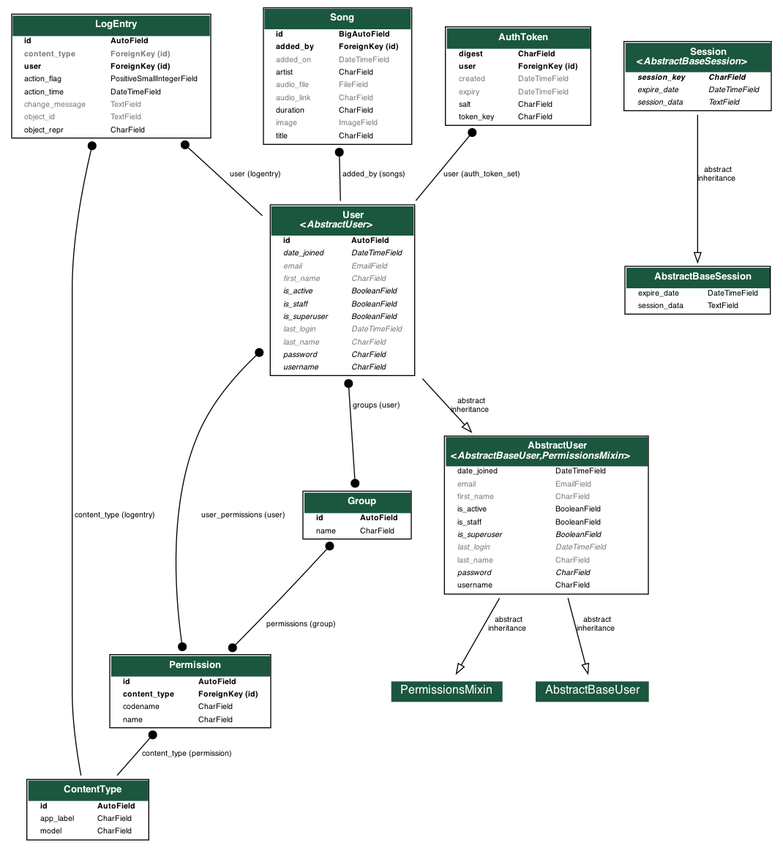
The Graphviz diagram mulgomanager/assets/output.png in Orbital-Mulgo/Project, before a commit. Its source is kept beside it as mulgomanager/assets/output.dot.
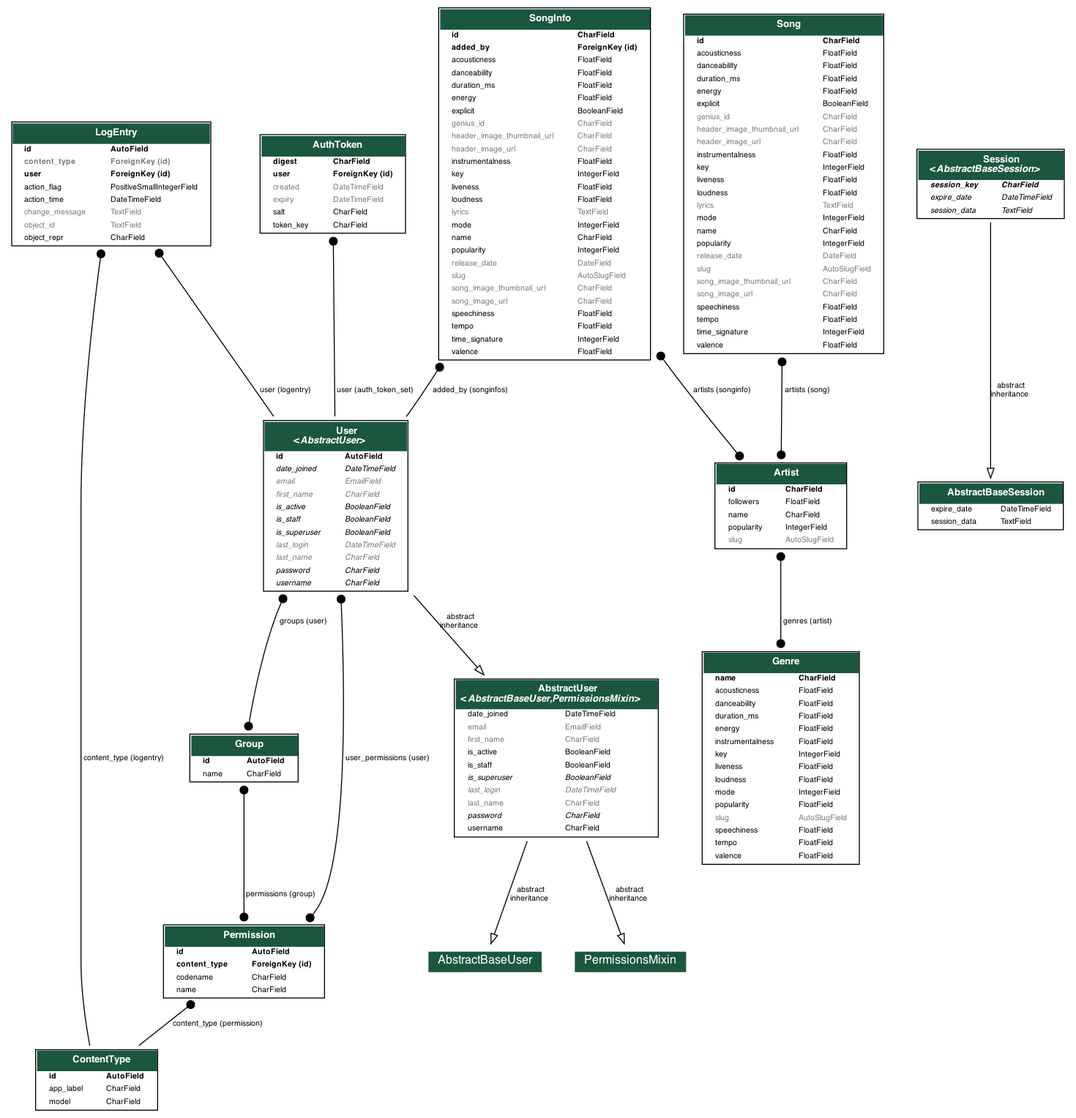
After the change.

The edit, as a diff of the source:
```diff
@@ -453,6 +453,404 @@
 
 
 
+  songs_models_Genre [label=<
+    <TABLE BGCOLOR="white" BORDER="1" CELLBORDER="0" CELLSPACING="0">
+    <TR><TD COLSPAN="2" CELLPADDING="5" ALIGN="CENTER" BGCOLOR="#1b563f">
+    <FONT FACE="Roboto" COLOR="white" POINT-SIZE="10"><B>
+    Genre
+    </B></FONT></TD></TR>
+
+
+    <TR><TD ALIGN="LEFT" BORDER="0">
+    <FONT FACE="Roboto"><B>name</B></FONT>
+    </TD><TD ALIGN="LEFT">
+    <FONT FACE="Roboto"><B>CharField</B></FONT>
+    </TD></TR>
+
+
+
+    <TR><TD ALIGN="LEFT" BORDER="0">
+    <FONT FACE="Roboto">acousticness</FONT>
+    </TD><TD ALIGN="LEFT">
+    <FONT FACE="Roboto">FloatField</FONT>
+    </TD></TR>
+
+
+
+    <TR><TD ALIGN="LEFT" BORDER="0">
+    <FONT FACE="Roboto">danceability</FONT>
+    </TD><TD ALIGN="LEFT">
+    <FONT FACE="Roboto">FloatField</FONT>
+    </TD></TR>
+
+
+
+    <TR><TD ALIGN="LEFT" BORDER="0">
+    <FONT FACE="Roboto">duration_ms</FONT>
+    </TD><TD ALIGN="LEFT">
+    <FONT FACE="Roboto">FloatField</FONT>
+    </TD></TR>
+
+
+
+    <TR><TD ALIGN="LEFT" BORDER="0">
+    <FONT FACE="Roboto">energy</FONT>
+    </TD><TD ALIGN="LEFT">
+    <FONT FACE="Roboto">FloatField</FONT>
+    </TD></TR>
+
+
+
+    <TR><TD ALIGN="LEFT" BORDER="0">
+    <FONT FACE="Roboto">instrumentalness</FONT>
+    </TD><TD ALIGN="LEFT">
+    <FONT FACE="Roboto">FloatField</FONT>
+    </TD></TR>
+
+
+
+    <TR><TD ALIGN="LEFT" BORDER="0">
+    <FONT FACE="Roboto">key</FONT>
+    </TD><TD ALIGN="LEFT">
+    <FONT FACE="Roboto">IntegerField</FONT>
+    </TD></TR>
+
+
+
+    <TR><TD ALIGN="LEFT" BORDER="0">
+    <FONT FACE="Roboto">liveness</FONT>
+    </TD><TD ALIGN="LEFT">
+    <FONT FACE="Roboto">FloatField</FONT>
+    </TD></TR>
+
+
+
+    <TR><TD ALIGN="LEFT" BORDER="0">
+    <FONT FACE="Roboto">loudness</FONT>
+    </TD><TD ALIGN="LEFT">
+    <FONT FACE="Roboto">FloatField</FONT>
+    </TD></TR>
+
+
+
+    <TR><TD ALIGN="LEFT" BORDER="0">
+    <FONT FACE="Roboto">mode</FONT>
+    </TD><TD ALIGN="LEFT">
+    <FONT FACE="Roboto">IntegerField</FONT>
+    </TD></TR>
+
+
+
+    <TR><TD ALIGN="LEFT" BORDER="0">
+    <FONT FACE="Roboto">popularity</FONT>
+    </TD><TD ALIGN="LEFT">
+    <FONT FACE="Roboto">FloatField</FONT>
+    </TD></TR>
+
+
+
+    <TR><TD ALIGN="LEFT" BORDER="0">
+    <FONT COLOR="#7B7B7B" FACE="Roboto">slug</FONT>
+    </TD><TD ALIGN="LEFT">
+    <FONT COLOR="#7B7B7B" FACE="Roboto">AutoSlugField</FONT>
+    </TD></TR>
+
+
+
+    <TR><TD ALIGN="LEFT" BORDER="0">
+    <FONT FACE="Roboto">speechiness</FONT>
+    </TD><TD ALIGN="LEFT">
+    <FONT FACE="Roboto">FloatField</FONT>
+    </TD></TR>
+
+
+
+    <TR><TD ALIGN="LEFT" BORDER="0">
+    <FONT FACE="Roboto">tempo</FONT>
+    </TD><TD ALIGN="LEFT">
+    <FONT FACE="Roboto">FloatField</FONT>
+    </TD></TR>
+
+
+
+    <TR><TD ALIGN="LEFT" BORDER="0">
+    <FONT FACE="Roboto">valence</FONT>
+    </TD><TD ALIGN="LEFT">
+    <FONT FACE="Roboto">FloatField</FONT>
+    </TD></TR>
+
+
+    </TABLE>
+    >]
+
+  songs_models_Artist [label=<
+    <TABLE BGCOLOR="white" BORDER="1" CELLBORDER="0" CELLSPACING="0">
+    <TR><TD COLSPAN="2" CELLPADDING="5" ALIGN="CENTER" BGCOLOR="#1b563f">
+    <FONT FACE="Roboto" COLOR="white" POINT-SIZE="10"><B>
+    Artist
+    </B></FONT></TD></TR>
+
+
+    <TR><TD ALIGN="LEFT" BORDER="0">
+    <FONT FACE="Roboto"><B>id</B></FONT>
+    </TD><TD ALIGN="LEFT">
+    <FONT FACE="Roboto"><B>CharField</B></FONT>
+    </TD></TR>
+
+
+
+    <TR><TD ALIGN="LEFT" BORDER="0">
+    <FONT FACE="Roboto">followers</FONT>
+    </TD><TD ALIGN="LEFT">
+    <FONT FACE="Roboto">FloatField</FONT>
+    </TD></TR>
+
+
+
+    <TR><TD ALIGN="LEFT" BORDER="0">
+    <FONT FACE="Roboto">name</FONT>
+    </TD><TD ALIGN="LEFT">
+    <FONT FACE="Roboto">CharField</FONT>
+    </TD></TR>
+
+
+
+    <TR><TD ALIGN="LEFT" BORDER="0">
+    <FONT FACE="Roboto">popularity</FONT>
+    </TD><TD ALIGN="LEFT">
+    <FONT FACE="Roboto">IntegerField</FONT>
+    </TD></TR>
+
+
+
+    <TR><TD ALIGN="LEFT" BORDER="0">
+    <FONT COLOR="#7B7B7B" FACE="Roboto">slug</FONT>
+    </TD><TD ALIGN="LEFT">
+    <FONT COLOR="#7B7B7B" FACE="Roboto">AutoSlugField</FONT>
+    </TD></TR>
+
+
+    </TABLE>
+    >]
+
+  songs_models_SongInfo [label=<
+    <TABLE BGCOLOR="white" BORDER="1" CELLBORDER="0" CELLSPACING="0">
+    <TR><TD COLSPAN="2" CELLPADDING="5" ALIGN="CENTER" BGCOLOR="#1b563f">
+    <FONT FACE="Roboto" COLOR="white" POINT-SIZE="10"><B>
+    SongInfo
+    </B></FONT></TD></TR>
+
+
+    <TR><TD ALIGN="LEFT" BORDER="0">
+    <FONT FACE="Roboto"><B>id</B></FONT>
+    </TD><TD ALIGN="LEFT">
+    <FONT FACE="Roboto"><B>CharField</B></FONT>
+    </TD></TR>
+
+
+
+    <TR><TD ALIGN="LEFT" BORDER="0">
+    <FONT FACE="Roboto"><B>added_by</B></FONT>
+    </TD><TD ALIGN="LEFT">
+    <FONT FACE="Roboto"><B>ForeignKey (id)</B></FONT>
+    </TD></TR>
+
+
+
+    <TR><TD ALIGN="LEFT" BORDER="0">
+    <FONT FACE="Roboto">acousticness</FONT>
+    </TD><TD ALIGN="LEFT">
+    <FONT FACE="Roboto">FloatField</FONT>
+    </TD></TR>
+
+
+
+    <TR><TD ALIGN="LEFT" BORDER="0">
+    <FONT FACE="Roboto">danceability</FONT>
+    </TD><TD ALIGN="LEFT">
+    <FONT FACE="Roboto">FloatField</FONT>
+    </TD></TR>
+
+
+
+    <TR><TD ALIGN="LEFT" BORDER="0">
+    <FONT FACE="Roboto">duration_ms</FONT>
+    </TD><TD ALIGN="LEFT">
+    <FONT FACE="Roboto">FloatField</FONT>
+    </TD></TR>
+
+
+
+    <TR><TD ALIGN="LEFT" BORDER="0">
+    <FONT FACE="Roboto">energy</FONT>
+    </TD><TD ALIGN="LEFT">
+    <FONT FACE="Roboto">FloatField</FONT>
+    </TD></TR>
+
+
+
+    <TR><TD ALIGN="LEFT" BORDER="0">
+    <FONT FACE="Roboto">explicit</FONT>
+    </TD><TD ALIGN="LEFT">
+    <FONT FACE="Roboto">BooleanField</FONT>
+    </TD></TR>
+
+
+
+    <TR><TD ALIGN="LEFT" BORDER="0">
+    <FONT COLOR="#7B7B7B" FACE="Roboto">genius_id</FONT>
+    </TD><TD ALIGN="LEFT">
+    <FONT COLOR="#7B7B7B" FACE="Roboto">CharField</FONT>
+    </TD></TR>
+
+
+
+    <TR><TD ALIGN="LEFT" BORDER="0">
+    <FONT COLOR="#7B7B7B" FACE="Roboto">header_image_thumbnail_url</FONT>
+    </TD><TD ALIGN="LEFT">
+    <FONT COLOR="#7B7B7B" FACE="Roboto">CharField</FONT>
+    </TD></TR>
+
+
+
+    <TR><TD ALIGN="LEFT" BORDER="0">
+    <FONT COLOR="#7B7B7B" FACE="Roboto">header_image_url</FONT>
+    </TD><TD ALIGN="LEFT">
+    <FONT COLOR="#7B7B7B" FACE="Roboto">CharField</FONT>
+    </TD></TR>
+
+
+
+    <TR><TD ALIGN="LEFT" BORDER="0">
+    <FONT FACE="Roboto">instrumentalness</FONT>
+    </TD><TD ALIGN="LEFT">
+    <FONT FACE="Roboto">FloatField</FONT>
+    </TD></TR>
+
+
+
+    <TR><TD ALIGN="LEFT" BORDER="0">
+    <FONT FACE="Roboto">key</FONT>
+    </TD><TD ALIGN="LEFT">
+    <FONT FACE="Roboto">IntegerField</FONT>
+    </TD></TR>
+
+
+
+    <TR><TD ALIGN="LEFT" BORDER="0">
+    <FONT FACE="Roboto">liveness</FONT>
+    </TD><TD ALIGN="LEFT">
+    <FONT FACE="Roboto">FloatField</FONT>
+    </TD></TR>
+
+
+
+    <TR><TD ALIGN="LEFT" BORDER="0">
+    <FONT FACE="Roboto">loudness</FONT>
+    </TD><TD ALIGN="LEFT">
+    <FONT FACE="Roboto">FloatField</FONT>
+    </TD></TR>
+
+
+
+    <TR><TD ALIGN="LEFT" BORDER="0">
+    <FONT COLOR="#7B7B7B" FACE="Roboto">lyrics</FONT>
+    </TD><TD ALIGN="LEFT">
+    <FONT COLOR="#7B7B7B" FACE="Roboto">TextField</FONT>
+    </TD></TR>
+
+
+
+    <TR><TD ALIGN="LEFT" BORDER="0">
+    <FONT FACE="Roboto">mode</FONT>
+    </TD><TD ALIGN="LEFT">
+    <FONT FACE="Roboto">IntegerField</FONT>
+    </TD></TR>
+
+
+
+    <TR><TD ALIGN="LEFT" BORDER="0">
+    <FONT FACE="Roboto">name</FONT>
+    </TD><TD ALIGN="LEFT">
+    <FONT FACE="Roboto">CharField</FONT>
+    </TD></TR>
+
+
+
+    <TR><TD ALIGN="LEFT" BORDER="0">
+    <FONT FACE="Roboto">popularity</FONT>
+    </TD><TD ALIGN="LEFT">
+    <FONT FACE="Roboto">IntegerField</FONT>
+    </TD></TR>
+
+
+
+    <TR><TD ALIGN="LEFT" BORDER="0">
+    <FONT COLOR="#7B7B7B" FACE="Roboto">release_date</FONT>
+    </TD><TD ALIGN="LEFT">
+    <FONT COLOR="#7B7B7B" FACE="Roboto">DateField</FONT>
+    </TD></TR>
+
+
+
+    <TR><TD ALIGN="LEFT" BORDER="0">
+    <FONT COLOR="#7B7B7B" FACE="Roboto">slug</FONT>
+    </TD><TD ALIGN="LEFT">
+    <FONT COLOR="#7B7B7B" FACE="Roboto">AutoSlugField</FONT>
+    </TD></TR>
+
+
+
+    <TR><TD ALIGN="LEFT" BORDER="0">
+    <FONT COLOR="#7B7B7B" FACE="Roboto">song_image_thumbnail_url</FONT>
+    </TD><TD ALIGN="LEFT">
+    <FONT COLOR="#7B7B7B" FACE="Roboto">CharField</FONT>
+    </TD></TR>
+
+
+
+    <TR><TD ALIGN="LEFT" BORDER="0">
+    <FONT COLOR="#7B7B7B" FACE="Roboto">song_image_url</FONT>
+    </TD><TD ALIGN="LEFT">
+    <FONT COLOR="#7B7B7B" FACE="Roboto">CharField</FONT>
+    </TD></TR>
+
+
+
+    <TR><TD ALIGN="LEFT" BORDER="0">
+    <FONT FACE="Roboto">speechiness</FONT>
+    </TD><TD ALIGN="LEFT">
+    <FONT FACE="Roboto">FloatField</FONT>
+    </TD></TR>
+
+
+
+    <TR><TD ALIGN="LEFT" BORDER="0">
+    <FONT FACE="Roboto">tempo</FONT>
+    </TD><TD ALIGN="LEFT">
+    <FONT FACE="Roboto">FloatField</FONT>
+    </TD></TR>
+
+
+
+    <TR><TD ALIGN="LEFT" BORDER="0">
+    <FONT FACE="Roboto">time_signature</FONT>
+    </TD><TD ALIGN="LEFT">
+    <FONT FACE="Roboto">IntegerField</FONT>
+    </TD></TR>
+
+
+
+    <TR><TD ALIGN="LEFT" BORDER="0">
+    <FONT FACE="Roboto">valence</FONT>
+    </TD><TD ALIGN="LEFT">
+    <FONT FACE="Roboto">FloatField</FONT>
+    </TD></TR>
+
+
+    </TABLE>
+    >]
+
   songs_models_Song [label=<
     <TABLE BGCOLOR="white" BORDER="1" CELLBORDER="0" CELLSPACING="0">
     <TR><TD COLSPAN="2" CELLPADDING="5" ALIGN="CENTER" BGCOLOR="#1b563f">
@@ -464,29 +862,125 @@
     <TR><TD ALIGN="LEFT" BORDER="0">
     <FONT FACE="Roboto"><B>id</B></FONT>
     </TD><TD ALIGN="LEFT">
-    <FONT FACE="Roboto"><B>BigAutoField</B></FONT>
-    </TD></TR>
-
-
-
-    <TR><TD ALIGN="LEFT" BORDER="0">
-    <FONT FACE="Roboto"><B>added_by</B></FONT>
-    </TD><TD ALIGN="LEFT">
-    <FONT FACE="Roboto"><B>ForeignKey (id)</B></FONT>
-    </TD></TR>
-
-
-
-    <TR><TD ALIGN="LEFT" BORDER="0">
-    <FONT COLOR="#7B7B7B" FACE="Roboto">added_on</FONT>
-    </TD><TD ALIGN="LEFT">
-    <FONT COLOR="#7B7B7B" FACE="Roboto">DateTimeField</FONT>
-    </TD></TR>
-
-
-
-    <TR><TD ALIGN="LEFT" BORDER="0">
-    <FONT FACE="Roboto">artist</FONT>
+    <FONT FACE="Roboto"><B>CharField</B></FONT>
+    </TD></TR>
+
+
+
+    <TR><TD ALIGN="LEFT" BORDER="0">
+    <FONT FACE="Roboto">acousticness</FONT>
+    </TD><TD ALIGN="LEFT">
+    <FONT FACE="Roboto">FloatField</FONT>
+    </TD></TR>
+
+
+
+    <TR><TD ALIGN="LEFT" BORDER="0">
+    <FONT FACE="Roboto">danceability</FONT>
+    </TD><TD ALIGN="LEFT">
+    <FONT FACE="Roboto">FloatField</FONT>
+    </TD></TR>
+
+
+
+    <TR><TD ALIGN="LEFT" BORDER="0">
+    <FONT FACE="Roboto">duration_ms</FONT>
+    </TD><TD ALIGN="LEFT">
+    <FONT FACE="Roboto">FloatField</FONT>
+    </TD></TR>
+
+
+
+    <TR><TD ALIGN="LEFT" BORDER="0">
+    <FONT FACE="Roboto">energy</FONT>
+    </TD><TD ALIGN="LEFT">
+    <FONT FACE="Roboto">FloatField</FONT>
+    </TD></TR>
+
+
+
+    <TR><TD ALIGN="LEFT" BORDER="0">
+    <FONT FACE="Roboto">explicit</FONT>
+    </TD><TD ALIGN="LEFT">
+    <FONT FACE="Roboto">BooleanField</FONT>
+    </TD></TR>
+
+
+
+    <TR><TD ALIGN="LEFT" BORDER="0">
+    <FONT COLOR="#7B7B7B" FACE="Roboto">genius_id</FONT>
+    </TD><TD ALIGN="LEFT">
+    <FONT COLOR="#7B7B7B" FACE="Roboto">CharField</FONT>
+    </TD></TR>
+
+
+
+    <TR><TD ALIGN="LEFT" BORDER="0">
+    <FONT COLOR="#7B7B7B" FACE="Roboto">header_image_thumbnail_url</FONT>
+    </TD><TD ALIGN="LEFT">
+    <FONT COLOR="#7B7B7B" FACE="Roboto">CharField</FONT>
+    </TD></TR>
+
+
+
+    <TR><TD ALIGN="LEFT" BORDER="0">
+    <FONT COLOR="#7B7B7B" FACE="Roboto">header_image_url</FONT>
+    </TD><TD ALIGN="LEFT">
+    <FONT COLOR="#7B7B7B" FACE="Roboto">CharField</FONT>
+    </TD></TR>
+
+
+
+    <TR><TD ALIGN="LEFT" BORDER="0">
+    <FONT FACE="Roboto">instrumentalness</FONT>
+    </TD><TD ALIGN="LEFT">
+    <FONT FACE="Roboto">FloatField</FONT>
+    </TD></TR>
+
+
+
+    <TR><TD ALIGN="LEFT" BORDER="0">
+    <FONT FACE="Roboto">key</FONT>
+    </TD><TD ALIGN="LEFT">
+    <FONT FACE="Roboto">IntegerField</FONT>
+    </TD></TR>
+
+
+
+    <TR><TD ALIGN="LEFT" BORDER="0">
+    <FONT FACE="Roboto">liveness</FONT>
+    </TD><TD ALIGN="LEFT">
+    <FONT FACE="Roboto">FloatField</FONT>
+    </TD></TR>
+
+
+
+    <TR><TD ALIGN="LEFT" BORDER="0">
+    <FONT FACE="Roboto">loudness</FONT>
+    </TD><TD ALIGN="LEFT">
+    <FONT FACE="Roboto">FloatField</FONT>
+    </TD></TR>
+
+
+
+    <TR><TD ALIGN="LEFT" BORDER="0">
+    <FONT COLOR="#7B7B7B" FACE="Roboto">lyrics</FONT>
+    </TD><TD ALIGN="LEFT">
+    <FONT COLOR="#7B7B7B" FACE="Roboto">TextField</FONT>
+    </TD></TR>
+
+
+
+    <TR><TD ALIGN="LEFT" BORDER="0">
+    <FONT FACE="Roboto">mode</FONT>
+    </TD><TD ALIGN="LEFT">
+    <FONT FACE="Roboto">IntegerField</FONT>
+    </TD></TR>
+
+
+
+    <TR><TD ALIGN="LEFT" BORDER="0">
+    <FONT FACE="Roboto">name</FONT>
     </TD><TD ALIGN="LEFT">
     <FONT FACE="Roboto">CharField</FONT>
     </TD></TR>
@@ -494,15 +988,31 @@
 
 
     <TR><TD ALIGN="LEFT" BORDER="0">
-    <FONT COLOR="#7B7B7B" FACE="Roboto">audio_file</FONT>
-    </TD><TD ALIGN="LEFT">
-    <FONT COLOR="#7B7B7B" FACE="Roboto">FileField</FONT>
-    </TD></TR>
-
-
-
-    <TR><TD ALIGN="LEFT" BORDER="0">
-    <FONT COLOR="#7B7B7B" FACE="Roboto">audio_link</FONT>
+    <FONT FACE="Roboto">popularity</FONT>
+    </TD><TD ALIGN="LEFT">
+    <FONT FACE="Roboto">IntegerField</FONT>
+    </TD></TR>
+
+
+
+    <TR><TD ALIGN="LEFT" BORDER="0">
+    <FONT COLOR="#7B7B7B" FACE="Roboto">release_date</FONT>
+    </TD><TD ALIGN="LEFT">
+    <FONT COLOR="#7B7B7B" FACE="Roboto">DateField</FONT>
+    </TD></TR>
+
+
+
+    <TR><TD ALIGN="LEFT" BORDER="0">
+    <FONT COLOR="#7B7B7B" FACE="Roboto">slug</FONT>
+    </TD><TD ALIGN="LEFT">
+    <FONT COLOR="#7B7B7B" FACE="Roboto">AutoSlugField</FONT>
+    </TD></TR>
+
+
+
+    <TR><TD ALIGN="LEFT" BORDER="0">
+    <FONT COLOR="#7B7B7B" FACE="Roboto">song_image_thumbnail_url</FONT>
     </TD><TD ALIGN="LEFT">
     <FONT COLOR="#7B7B7B" FACE="Roboto">CharField</FONT>
     </TD></TR>
@@ -510,25 +1020,41 @@
 
 
     <TR><TD ALIGN="LEFT" BORDER="0">
-    <FONT FACE="Roboto">duration</FONT>
-    </TD><TD ALIGN="LEFT">
-    <FONT FACE="Roboto">CharField</FONT>
-    </TD></TR>
-
-
-
-    <TR><TD ALIGN="LEFT" BORDER="0">
-    <FONT COLOR="#7B7B7B" FACE="Roboto">image</FONT>
-    </TD><TD ALIGN="LEFT">
-    <FONT COLOR="#7B7B7B" FACE="Roboto">ImageField</FONT>
-    </TD></TR>
-
-
-
-    <TR><TD ALIGN="LEFT" BORDER="0">
-    <FONT FACE="Roboto">title</FONT>
-    </TD><TD ALIGN="LEFT">
-    <FONT FACE="Roboto">CharField</FONT>
+    <FONT COLOR="#7B7B7B" FACE="Roboto">song_image_url</FONT>
+    </TD><TD ALIGN="LEFT">
+    <FONT COLOR="#7B7B7B" FACE="Roboto">CharField</FONT>
+    </TD></TR>
+
+
+
+    <TR><TD ALIGN="LEFT" BORDER="0">
+    <FONT FACE="Roboto">speechiness</FONT>
+    </TD><TD ALIGN="LEFT">
+    <FONT FACE="Roboto">FloatField</FONT>
+    </TD></TR>
+
+
+
+    <TR><TD ALIGN="LEFT" BORDER="0">
+    <FONT FACE="Roboto">tempo</FONT>
+    </TD><TD ALIGN="LEFT">
+    <FONT FACE="Roboto">FloatField</FONT>
+    </TD></TR>
+
+
+
+    <TR><TD ALIGN="LEFT" BORDER="0">
+    <FONT FACE="Roboto">time_signature</FONT>
+    </TD><TD ALIGN="LEFT">
+    <FONT FACE="Roboto">IntegerField</FONT>
+    </TD></TR>
+
+
+
+    <TR><TD ALIGN="LEFT" BORDER="0">
+    <FONT FACE="Roboto">valence</FONT>
+    </TD><TD ALIGN="LEFT">
+    <FONT FACE="Roboto">FloatField</FONT>
     </TD></TR>
 
 
@@ -646,8 +1172,17 @@
   [label=" abstract\ninheritance"] [arrowhead=empty, arrowtail=none, dir=both];
 
 
-  songs_models_Song -> django_contrib_auth_models_User
-  [label=" added_by (songs)"] [arrowhead=none, arrowtail=dot, dir=both];
+  songs_models_Artist -> songs_models_Genre
+  [label=" genres (artist)"] [arrowhead=dot arrowtail=dot, dir=both];
+
+  songs_models_SongInfo -> django_contrib_auth_models_User
+  [label=" added_by (songinfos)"] [arrowhead=none, arrowtail=dot, dir=both];
+
+  songs_models_SongInfo -> songs_models_Artist
+  [label=" artists (songinfo)"] [arrowhead=dot arrowtail=dot, dir=both];
+
+  songs_models_Song -> songs_models_Artist
+  [label=" artists (song)"] [arrowhead=dot arrowtail=dot, dir=both];
 
 
   knox_models_AuthToken -> django_contrib_auth_models_User
```
